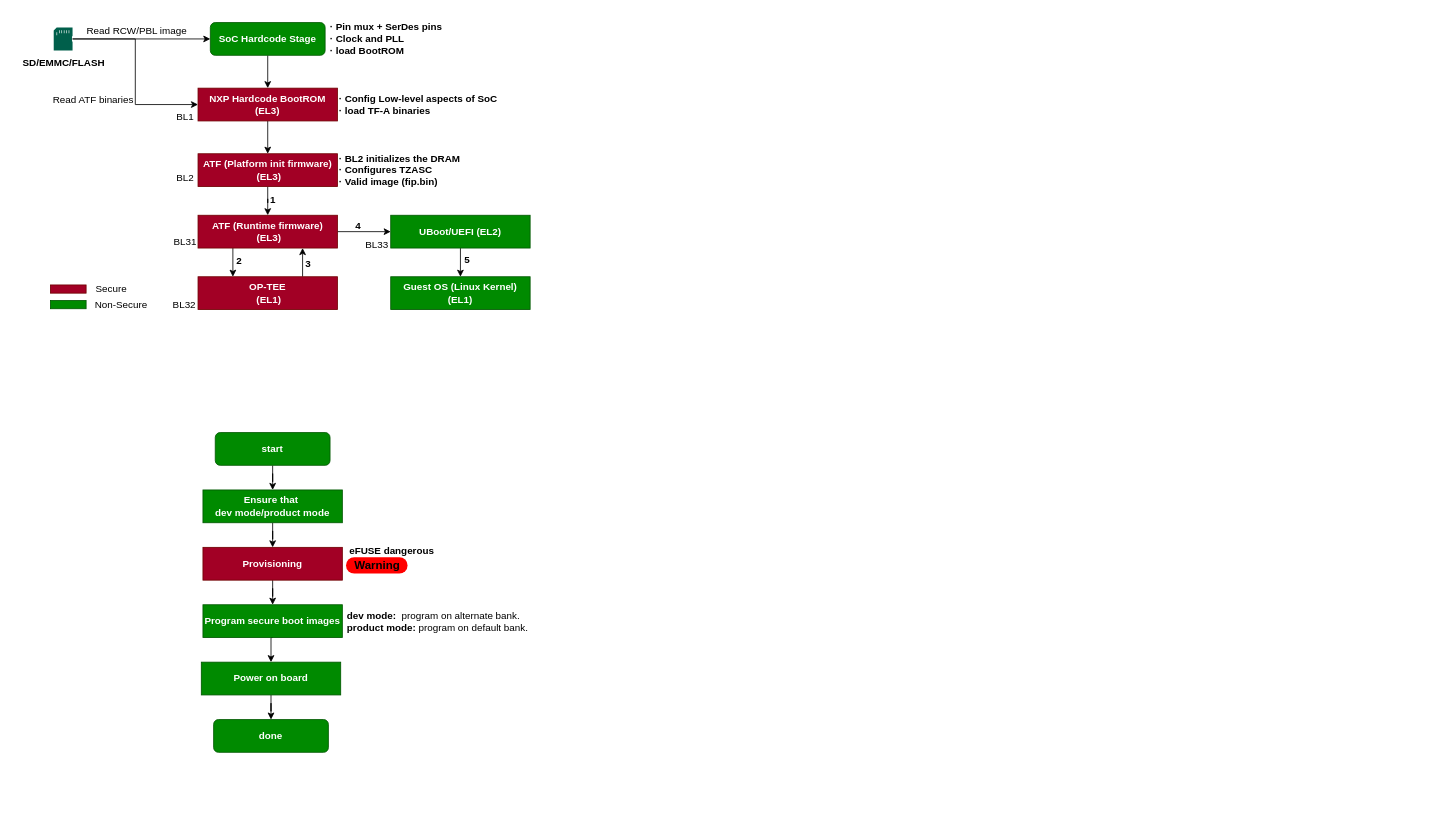
The draw.io diagram autox/nxp-secure-boot-execution-flow.drawio in carloscn/drawio, before the edit. Source tidied: cells renumbered, new cells numbered last; positions are measured from the earlier drawing's top-left corner, leaving out a move shared by most shapes. Both pictures are drawn from the tidied source at 82%, with x=0, y=0 at pixel (13, 14).
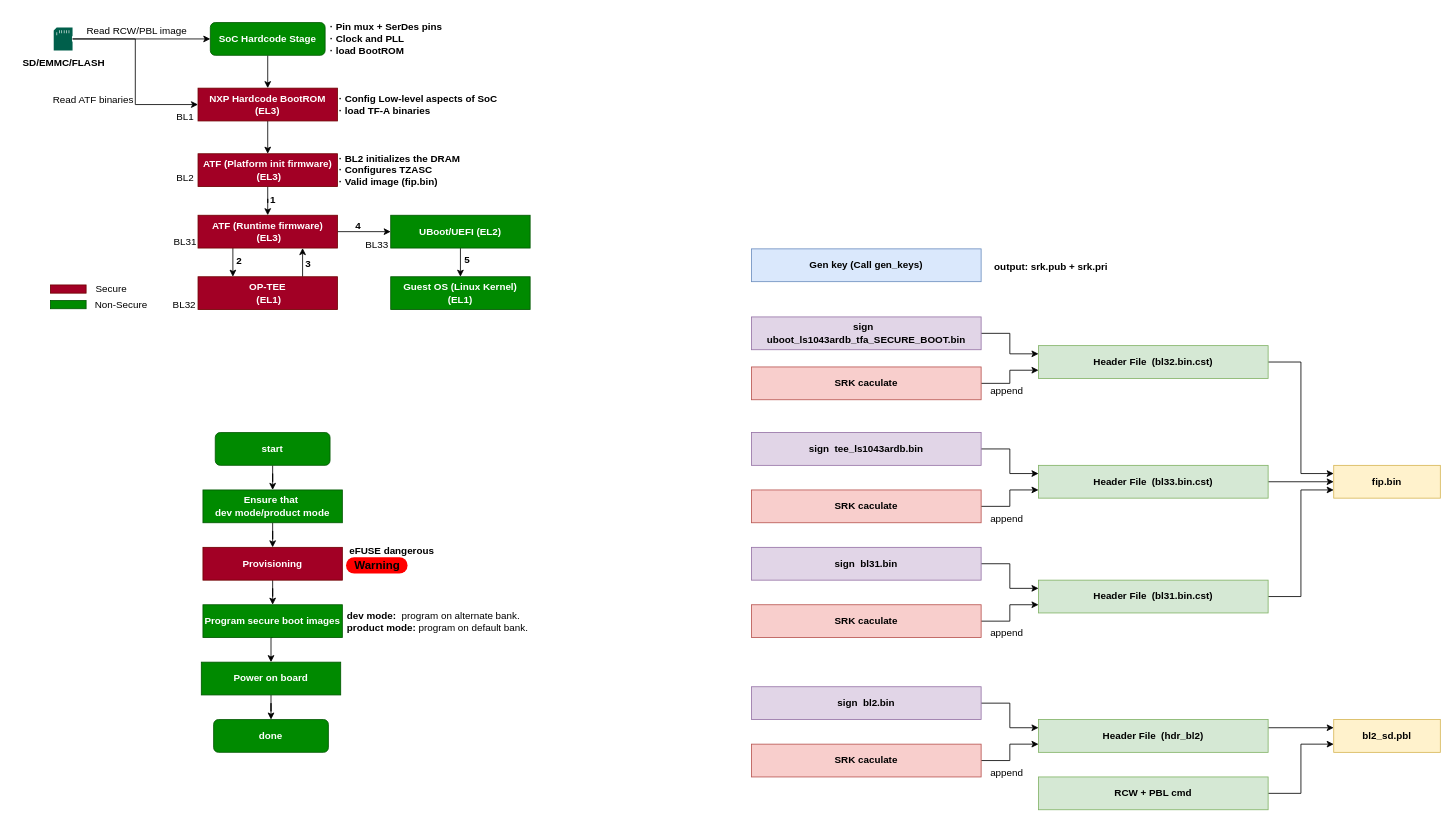
Above is the later version.

The edit, as a diff of the source:
```diff
@@
+    <mxCell id="54" value="Gen key (Call gen_keys)" style="rounded=0;whiteSpace=wrap;html=1;fillColor=#dae8fc;strokeColor=#6c8ebf;fontStyle=1;" parent="1" vertex="1">
+      <mxGeometry x="900" y="286" width="280" height="40" as="geometry" />
+    </mxCell>
+    <mxCell id="55" value="output: srk.pub + srk.pri" style="text;html=1;align=center;verticalAlign=middle;strokeColor=none;fillColor=none;fontStyle=1;" parent="1" vertex="1">
+      <mxGeometry x="1185" y="293" width="160" height="30" as="geometry" />
+    </mxCell>
+    <mxCell id="56" style="edgeStyle=orthogonalEdgeStyle;rounded=0;jettySize=auto;html=1;exitX=1;exitY=0.5;exitDx=0;exitDy=0;entryX=0;entryY=0.25;entryDx=0;entryDy=0;" parent="1" edge="1" source="57" target="59">
+      <mxGeometry relative="1" as="geometry" />
+    </mxCell>
+    <mxCell id="57" value="sign&amp;nbsp;&amp;nbsp;&lt;br&gt;uboot_ls1043ardb_tfa_SECURE_BOOT.bin" style="rounded=0;whiteSpace=wrap;html=1;fillColor=#e1d5e7;strokeColor=#9673a6;fontStyle=1;" parent="1" vertex="1">
+      <mxGeometry x="900" y="369" width="280" height="40" as="geometry" />
+    </mxCell>
+    <mxCell id="58" style="edgeStyle=orthogonalEdgeStyle;rounded=0;jettySize=auto;html=1;exitX=1;exitY=0.5;exitDx=0;exitDy=0;entryX=0;entryY=0.25;entryDx=0;entryDy=0;" parent="1" edge="1" source="59" target="84">
+      <mxGeometry relative="1" as="geometry" />
+    </mxCell>
+    <mxCell id="59" value="Header File&amp;nbsp; (bl32.bin.cst)" style="rounded=0;whiteSpace=wrap;html=1;fillColor=#d5e8d4;strokeColor=#82b366;fontStyle=1;" parent="1" vertex="1">
+      <mxGeometry x="1250" y="404" width="280" height="40" as="geometry" />
+    </mxCell>
+    <mxCell id="60" style="edgeStyle=orthogonalEdgeStyle;rounded=0;jettySize=auto;html=1;exitX=1;exitY=0.5;exitDx=0;exitDy=0;entryX=0;entryY=0.75;entryDx=0;entryDy=0;" parent="1" edge="1" source="61" target="59">
+      <mxGeometry relative="1" as="geometry" />
+    </mxCell>
+    <mxCell id="61" value="SRK caculate" style="rounded=0;whiteSpace=wrap;html=1;fillColor=#f8cecc;strokeColor=#b85450;fontStyle=1;" parent="1" vertex="1">
+      <mxGeometry x="900" y="430" width="280" height="40" as="geometry" />
+    </mxCell>
+    <mxCell id="62" value="append" style="text;html=1;align=center;verticalAlign=middle;strokeColor=none;fillColor=none;" parent="1" vertex="1">
+      <mxGeometry x="1181" y="444" width="60" height="30" as="geometry" />
+    </mxCell>
+    <mxCell id="63" style="edgeStyle=orthogonalEdgeStyle;rounded=0;jettySize=auto;html=1;exitX=1;exitY=0.5;exitDx=0;exitDy=0;entryX=0;entryY=0.25;entryDx=0;entryDy=0;" parent="1" edge="1" source="64" target="66">
+      <mxGeometry relative="1" as="geometry" />
+    </mxCell>
+    <mxCell id="64" value="sign&amp;nbsp;&amp;nbsp;tee_ls1043ardb.bin" style="rounded=0;whiteSpace=wrap;html=1;fillColor=#e1d5e7;strokeColor=#9673a6;fontStyle=1;" parent="1" vertex="1">
+      <mxGeometry x="900" y="510" width="280" height="40" as="geometry" />
+    </mxCell>
+    <mxCell id="65" style="edgeStyle=orthogonalEdgeStyle;rounded=0;jettySize=auto;html=1;exitX=1;exitY=0.5;exitDx=0;exitDy=0;entryX=0;entryY=0.5;entryDx=0;entryDy=0;" parent="1" edge="1" source="66" target="84">
+      <mxGeometry relative="1" as="geometry" />
+    </mxCell>
+    <mxCell id="66" value="Header File&amp;nbsp; (bl33.bin.cst)" style="rounded=0;whiteSpace=wrap;html=1;fillColor=#d5e8d4;strokeColor=#82b366;fontStyle=1;" parent="1" vertex="1">
+      <mxGeometry x="1250" y="550" width="280" height="40" as="geometry" />
+    </mxCell>
+    <mxCell id="67" style="edgeStyle=orthogonalEdgeStyle;rounded=0;jettySize=auto;html=1;exitX=1;exitY=0.5;exitDx=0;exitDy=0;entryX=0;entryY=0.75;entryDx=0;entryDy=0;" parent="1" edge="1" source="68" target="66">
+      <mxGeometry relative="1" as="geometry" />
+    </mxCell>
+    <mxCell id="68" value="SRK caculate" style="rounded=0;whiteSpace=wrap;html=1;fillColor=#f8cecc;strokeColor=#b85450;fontStyle=1;" parent="1" vertex="1">
+      <mxGeometry x="900" y="580" width="280" height="40" as="geometry" />
+    </mxCell>
+    <mxCell id="69" value="append" style="text;html=1;align=center;verticalAlign=middle;strokeColor=none;fillColor=none;" parent="1" vertex="1">
+      <mxGeometry x="1181" y="600" width="60" height="30" as="geometry" />
+    </mxCell>
+    <mxCell id="70" style="edgeStyle=orthogonalEdgeStyle;rounded=0;jettySize=auto;html=1;exitX=1;exitY=0.5;exitDx=0;exitDy=0;entryX=0;entryY=0.25;entryDx=0;entryDy=0;" parent="1" edge="1" source="71" target="75">
+      <mxGeometry relative="1" as="geometry" />
+    </mxCell>
+    <mxCell id="71" value="sign&amp;nbsp; bl2.bin" style="rounded=0;whiteSpace=wrap;html=1;fillColor=#e1d5e7;strokeColor=#9673a6;fontStyle=1;" parent="1" vertex="1">
+      <mxGeometry x="900" y="820" width="280" height="40" as="geometry" />
+    </mxCell>
+    <mxCell id="72" style="edgeStyle=orthogonalEdgeStyle;rounded=0;jettySize=auto;html=1;exitX=1;exitY=0.5;exitDx=0;exitDy=0;entryX=0;entryY=0.75;entryDx=0;entryDy=0;" parent="1" edge="1" source="73" target="75">
+      <mxGeometry relative="1" as="geometry" />
+    </mxCell>
+    <mxCell id="73" value="SRK caculate" style="rounded=0;whiteSpace=wrap;html=1;fillColor=#f8cecc;strokeColor=#b85450;fontStyle=1;" parent="1" vertex="1">
+      <mxGeometry x="900" y="890" width="280" height="40" as="geometry" />
+    </mxCell>
+    <mxCell id="74" style="edgeStyle=orthogonalEdgeStyle;rounded=0;jettySize=auto;html=1;exitX=1;exitY=0.25;exitDx=0;exitDy=0;entryX=0;entryY=0.25;entryDx=0;entryDy=0;" parent="1" edge="1" source="75" target="85">
+      <mxGeometry relative="1" as="geometry" />
+    </mxCell>
+    <mxCell id="75" value="Header File&amp;nbsp; (hdr_bl2)" style="rounded=0;whiteSpace=wrap;html=1;fillColor=#d5e8d4;strokeColor=#82b366;fontStyle=1;" parent="1" vertex="1">
+      <mxGeometry x="1250" y="860" width="280" height="40" as="geometry" />
+    </mxCell>
+    <mxCell id="76" value="append" style="text;html=1;align=center;verticalAlign=middle;strokeColor=none;fillColor=none;" parent="1" vertex="1">
+      <mxGeometry x="1181" y="910" width="60" height="30" as="geometry" />
+    </mxCell>
+    <mxCell id="77" style="edgeStyle=orthogonalEdgeStyle;rounded=0;jettySize=auto;html=1;exitX=1;exitY=0.5;exitDx=0;exitDy=0;entryX=0;entryY=0.25;entryDx=0;entryDy=0;" parent="1" edge="1" source="78" target="82">
+      <mxGeometry relative="1" as="geometry" />
+    </mxCell>
+    <mxCell id="78" value="sign&amp;nbsp;&amp;nbsp;bl31.bin" style="rounded=0;whiteSpace=wrap;html=1;fillColor=#e1d5e7;strokeColor=#9673a6;fontStyle=1;" parent="1" vertex="1">
+      <mxGeometry x="900" y="650" width="280" height="40" as="geometry" />
+    </mxCell>
+    <mxCell id="79" style="edgeStyle=orthogonalEdgeStyle;rounded=0;jettySize=auto;html=1;exitX=1;exitY=0.5;exitDx=0;exitDy=0;entryX=0;entryY=0.75;entryDx=0;entryDy=0;" parent="1" edge="1" source="80" target="82">
+      <mxGeometry relative="1" as="geometry" />
+    </mxCell>
+    <mxCell id="80" value="SRK caculate" style="rounded=0;whiteSpace=wrap;html=1;fillColor=#f8cecc;strokeColor=#b85450;fontStyle=1;" parent="1" vertex="1">
+      <mxGeometry x="900" y="720" width="280" height="40" as="geometry" />
+    </mxCell>
+    <mxCell id="81" style="edgeStyle=orthogonalEdgeStyle;rounded=0;jettySize=auto;html=1;exitX=1;exitY=0.5;exitDx=0;exitDy=0;entryX=0;entryY=0.75;entryDx=0;entryDy=0;" parent="1" edge="1" source="82" target="84">
+      <mxGeometry relative="1" as="geometry" />
+    </mxCell>
+    <mxCell id="82" value="Header File&amp;nbsp; (bl31.bin.cst)" style="rounded=0;whiteSpace=wrap;html=1;fillColor=#d5e8d4;strokeColor=#82b366;fontStyle=1;" parent="1" vertex="1">
+      <mxGeometry x="1250" y="690" width="280" height="40" as="geometry" />
+    </mxCell>
+    <mxCell id="83" value="append" style="text;html=1;align=center;verticalAlign=middle;strokeColor=none;fillColor=none;" parent="1" vertex="1">
+      <mxGeometry x="1181" y="740" width="60" height="30" as="geometry" />
+    </mxCell>
+    <mxCell id="84" value="fip.bin" style="rounded=0;whiteSpace=wrap;html=1;fillColor=#fff2cc;strokeColor=#d6b656;fontStyle=1;" parent="1" vertex="1">
+      <mxGeometry x="1610" y="550" width="130" height="40" as="geometry" />
+    </mxCell>
+    <mxCell id="85" value="bl2_sd.pbl" style="rounded=0;whiteSpace=wrap;html=1;fillColor=#fff2cc;strokeColor=#d6b656;fontStyle=1;" parent="1" vertex="1">
+      <mxGeometry x="1610" y="860" width="130" height="40" as="geometry" />
+    </mxCell>
+    <mxCell id="86" style="edgeStyle=orthogonalEdgeStyle;rounded=0;jettySize=auto;html=1;exitX=1;exitY=0.5;exitDx=0;exitDy=0;entryX=0;entryY=0.75;entryDx=0;entryDy=0;" parent="1" edge="1" source="87" target="85">
+      <mxGeometry relative="1" as="geometry" />
+    </mxCell>
+    <mxCell id="87" value="RCW + PBL cmd" style="rounded=0;whiteSpace=wrap;html=1;fillColor=#d5e8d4;strokeColor=#82b366;fontStyle=1;" parent="1" vertex="1">
+      <mxGeometry x="1250" y="930" width="280" height="40" as="geometry" />
+    </mxCell>
```
